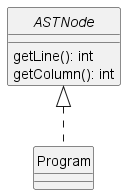
This is docs/diagrams/Program.png from alvesit0/DLP-Compiler, a PlantUML export, as it was before one commit. The source it was exported from:
```plantuml
@startuml Program
skinparam style strictuml
skinparam monochrome true


interface ASTNode {
    getLine(): int
    getColumn(): int
}

class Program

ASTNode <|.. Program

@enduml
```
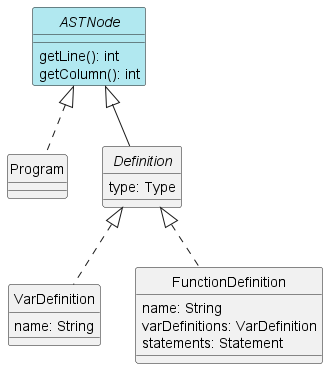
The same diagram one commit later.

The edit, as a diff of the source:
```diff
@@ -1,9 +1,9 @@
 @startuml Program
 skinparam style strictuml
-skinparam monochrome true
+skinparam monochrome false
 
 
-interface ASTNode {
+interface ASTNode #b1e8f0 {
     getLine(): int
     getColumn(): int
 }
@@ -12,4 +12,22 @@
 
 ASTNode <|.. Program
 
+interface Definition {
+    type: Type
+}
+
+class VarDefinition {
+    name: String
+}
+
+class FunctionDefinition {
+    name: String
+    varDefinitions: VarDefinition
+    statements: Statement
+}
+
+ASTNode <|-- Definition
+Definition <|..VarDefinition
+Definition <|.. FunctionDefinition
+
 @enduml
```
